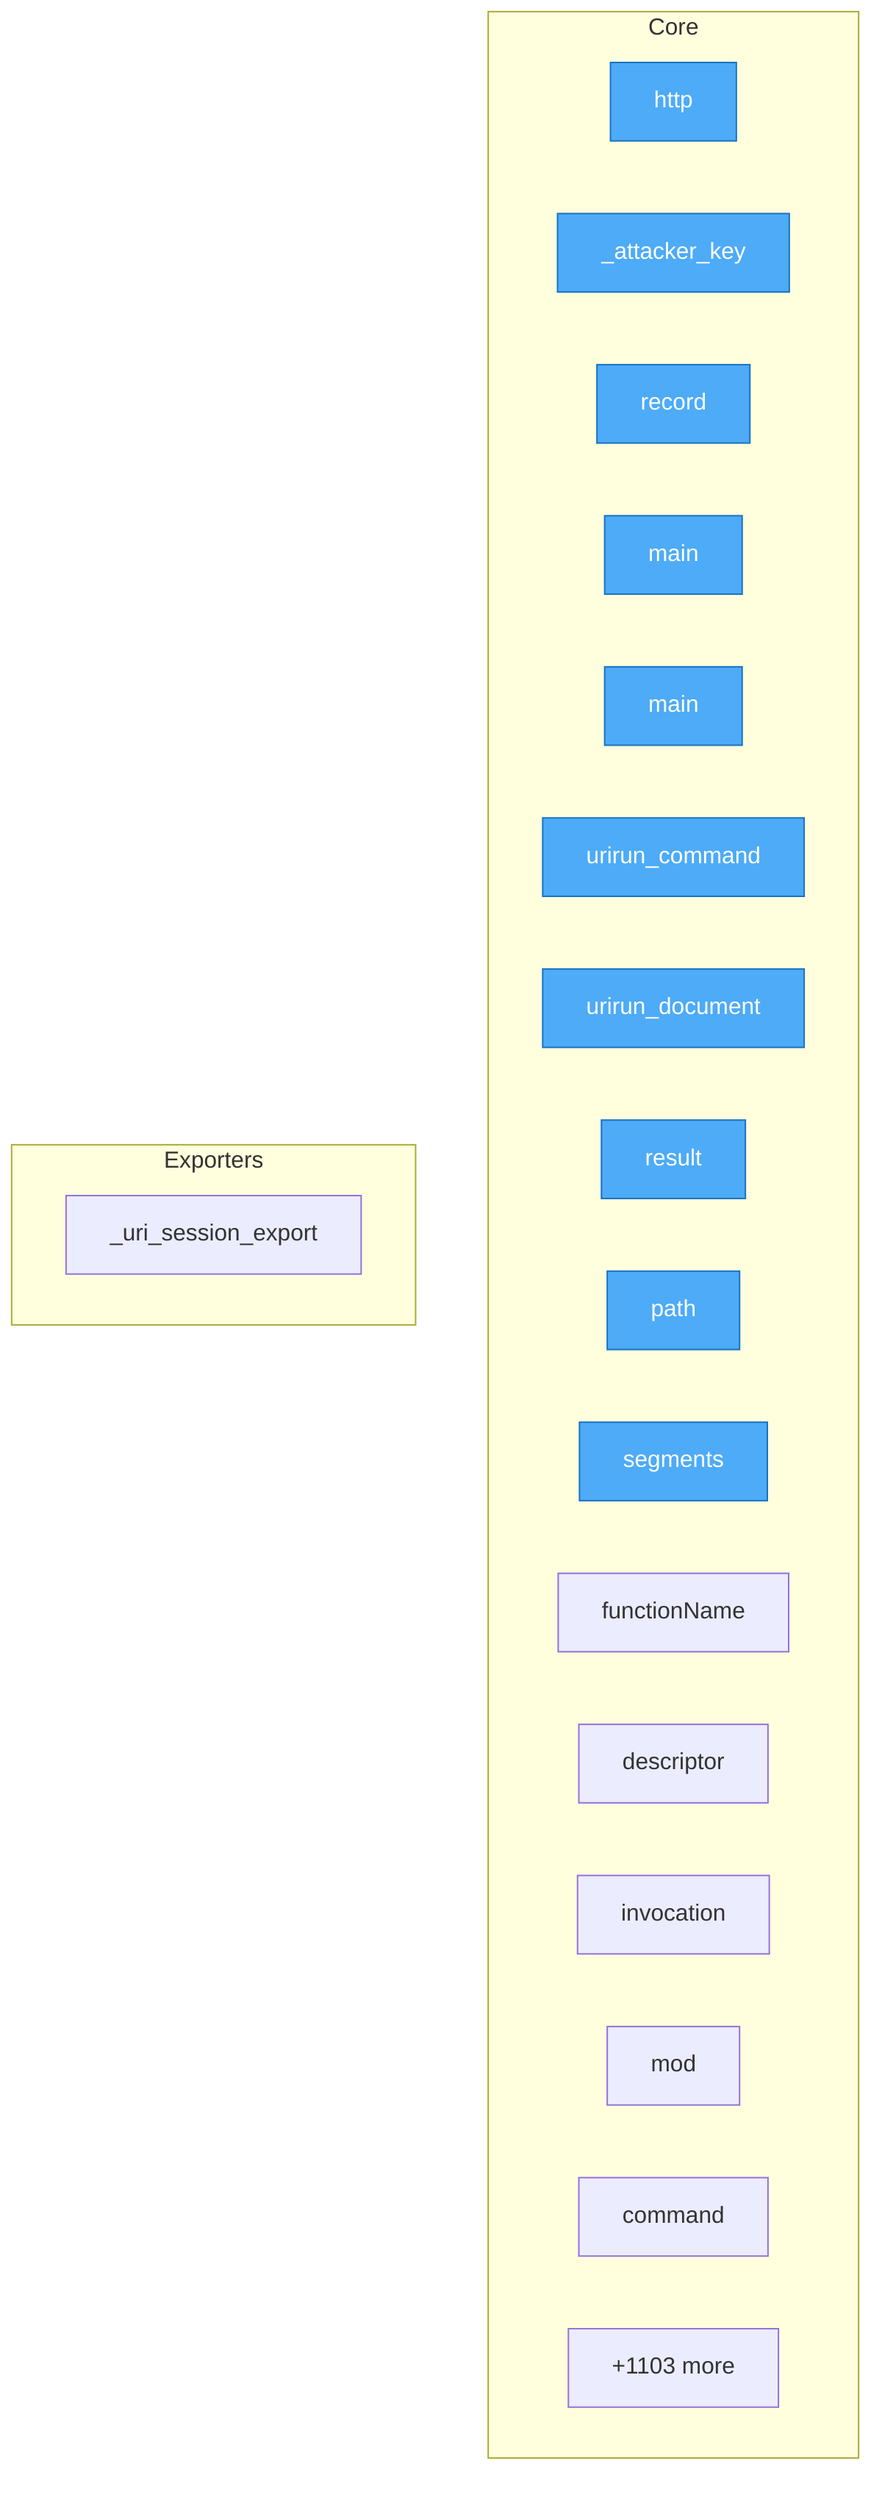
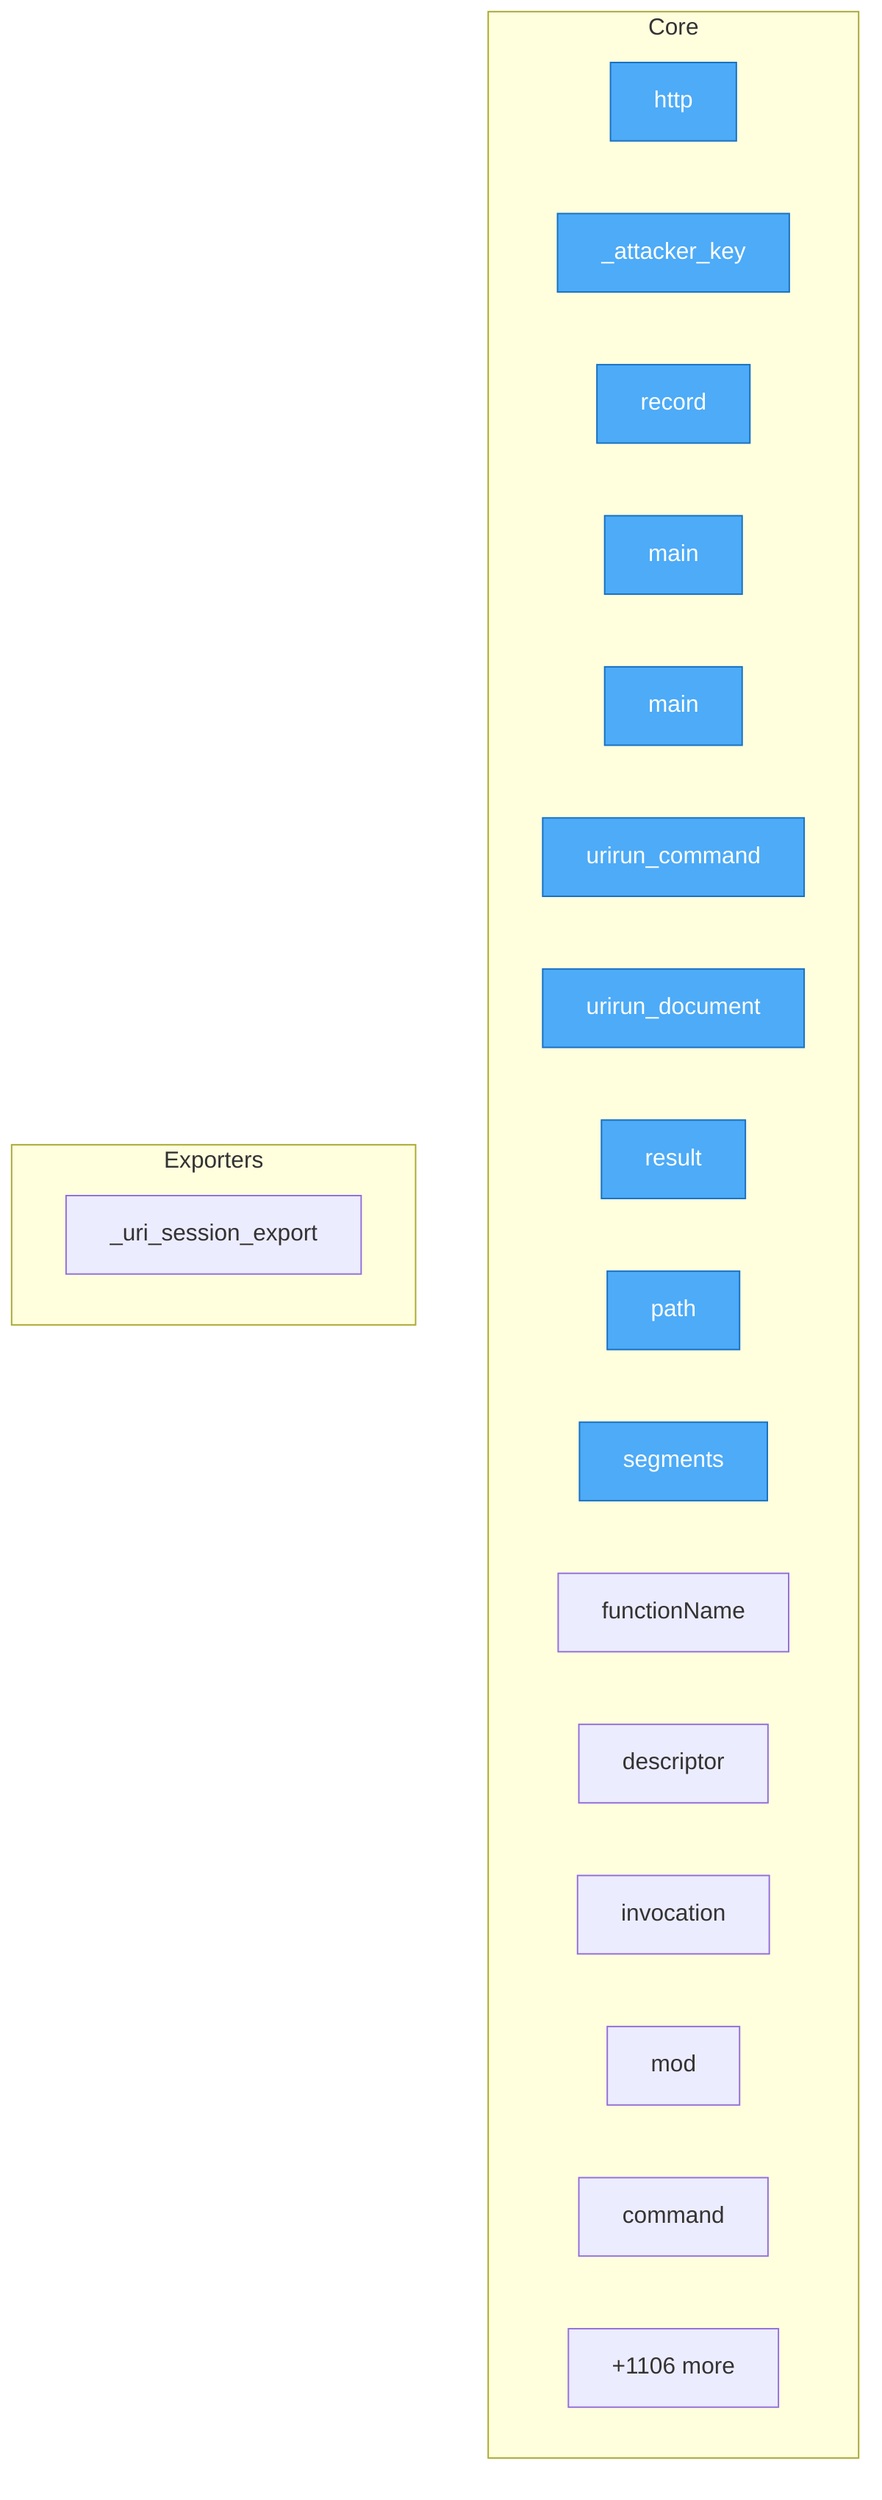
flowchart TD
- %% generated in 0.15s
+ %% generated in 0.09s

    %% Entry points (blue)
    classDef entry fill:#4dabf7,stroke:#1971c2,color:#fff

    subgraph Core
        security__mesh_probe__probe__http["http"]
        security__mesh_probe__probe___attacker_key["_attacker_key"]
        security__mesh_probe__probe__record["record"]
        adapters__conformance__main["main"]
        adapters__new_connector__main["main"]
        adapters__bash__urirun__urirun_command["urirun_command"]
        adapters__bash__urirun__urirun_document["urirun_document"]
        adapters__js__index__test__result["result"]
        adapters__js__path["path"]
        adapters__js__segments["segments"]
        adapters__js__functionName["functionName"]
        adapters__js__descriptor["descriptor"]
        adapters__js__invocation["invocation"]
        adapters__js__mod["mod"]
        adapters__java__Urirun__Urirun__command["command"]
-         ...["+1103 more"]
+         ...["+1106 more"]
    end

    subgraph Exporters
        adapters__python__urirun__node__skill___uri_session_export["_uri_session_export"]
    end

    class security__mesh_probe__probe__http,security__mesh_probe__probe___attacker_key,security__mesh_probe__probe__record,adapters__conformance__main,adapters__new_connector__main,adapters__bash__urirun__urirun_command,adapters__bash__urirun__urirun_document,adapters__js__index__test__result,adapters__js__path,adapters__js__segments entry
